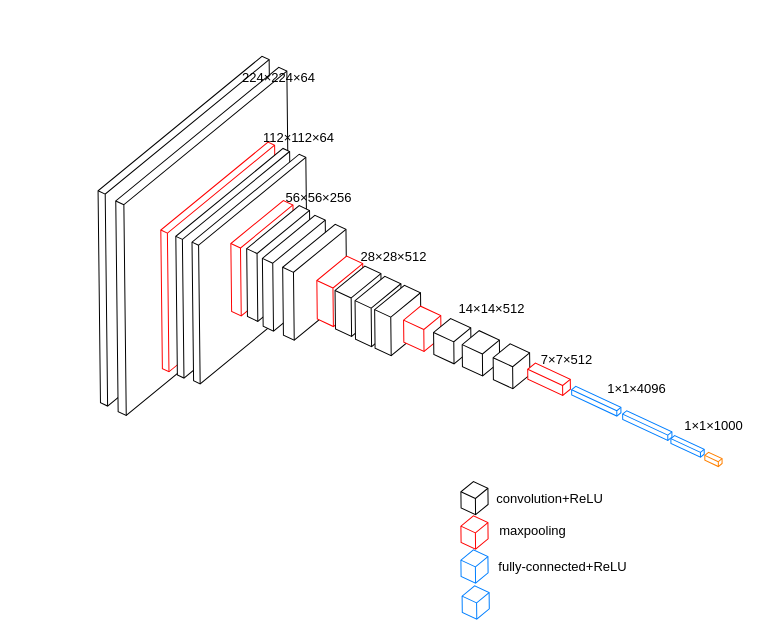
Earlier version of the draw.io diagram 未命名绘图.drawio (LYURCHEN/other). Source tidied: cells renumbered, new cells numbered last; positions are measured from the earlier drawing's top-left corner, leaving out a move shared by most shapes. Both pictures are drawn from the tidied source at 100%, with x=0, y=0 at pixel (-7, 67).
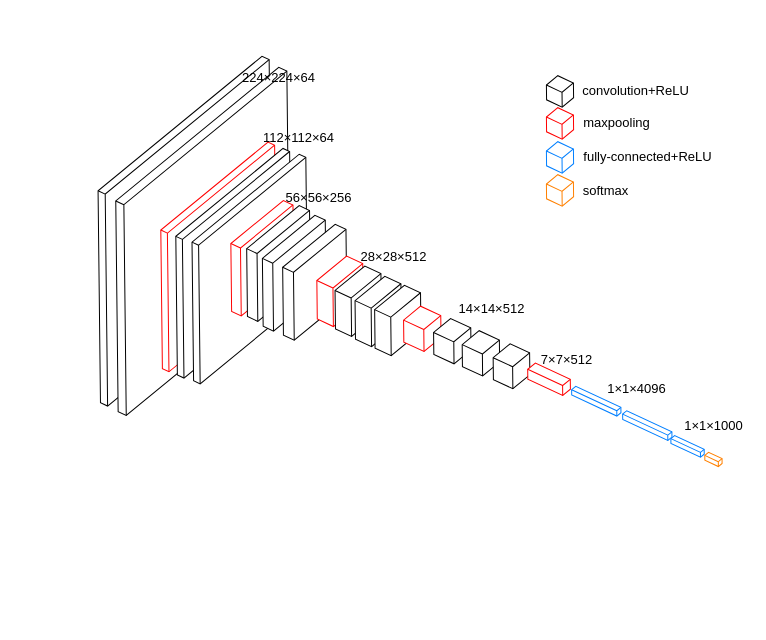
The same diagram, later.

Diff of the diagram source:
```diff
@@
     <mxCell id="32" style="whiteSpace=wrap;html=1;shape=mxgraph.basic.isocube;isoAngle=15;direction=west;flipV=1;flipH=0;rotation=115;" parent="1" vertex="1">
-      <mxGeometry x="466.4" y="415.6" width="29.2" height="30" as="geometry" />
+      <mxGeometry x="553.2" y="8.9" width="26.6" height="30" as="geometry" />
     </mxCell>
     <mxCell id="33" value="convolution+ReLU" style="text;html=1;align=center;verticalAlign=middle;fillColor=none;strokeColor=none;rounded=0;fontSize=13;" parent="1" vertex="1">
-      <mxGeometry x="495.6" y="420.6" width="120" height="20" as="geometry" />
+      <mxGeometry x="581.7" y="12.8" width="120" height="20" as="geometry" />
     </mxCell>
-    <mxCell id="34" style="whiteSpace=wrap;html=1;shape=mxgraph.basic.isocube;isoAngle=15;direction=west;flipV=1;flipH=0;rotation=115;strokeColor=#FF0000;" parent="1" vertex="1">
-      <mxGeometry x="466.4" y="450" width="29.2" height="30" as="geometry" />
-    </mxCell>
     <mxCell id="35" value="maxpooling" style="text;html=1;align=center;verticalAlign=middle;fillColor=none;strokeColor=none;rounded=0;fontSize=13;" parent="1" vertex="1">
-      <mxGeometry x="499" y="453" width="80" height="20" as="geometry" />
+      <mxGeometry x="583.1" y="45.1" width="80" height="20" as="geometry" />
     </mxCell>
-    <mxCell id="36" style="whiteSpace=wrap;html=1;shape=mxgraph.basic.isocube;isoAngle=15;direction=west;flipV=1;flipH=0;rotation=115;strokeColor=#007FFF;" parent="1" vertex="1">
-      <mxGeometry x="466.4" y="484" width="29.2" height="30" as="geometry" />
-    </mxCell>
     <mxCell id="37" value="fully-connected+ReLU" style="text;html=1;align=center;verticalAlign=middle;fillColor=none;strokeColor=none;rounded=0;fontSize=13;" parent="1" vertex="1">
-      <mxGeometry x="499" y="489" width="140" height="20" as="geometry" />
+      <mxGeometry x="584.3" y="78.9" width="140" height="20" as="geometry" />
     </mxCell>
-    <mxCell id="38" style="whiteSpace=wrap;html=1;shape=mxgraph.basic.isocube;isoAngle=15;direction=west;flipV=1;flipH=0;rotation=115;strokeColor=#007FFF;" parent="1" vertex="1">
-      <mxGeometry x="467.6" y="520" width="29.2" height="30" as="geometry" />
-    </mxCell>
+    <mxCell id="39" value="softmax" style="text;html=1;align=center;verticalAlign=middle;fillColor=none;strokeColor=none;rounded=0;fontSize=13;" parent="1" vertex="1">
+      <mxGeometry x="582.1" y="112.9" width="60" height="20" as="geometry" />
+    </mxCell>
+    <mxCell id="40" style="whiteSpace=wrap;html=1;shape=mxgraph.basic.isocube;isoAngle=15;direction=west;flipV=1;flipH=0;rotation=115;strokeColor=#FF0000;" parent="1" vertex="1">
+      <mxGeometry x="553.2" y="40.9" width="26.6" height="30" as="geometry" />
+    </mxCell>
+    <mxCell id="41" style="whiteSpace=wrap;html=1;shape=mxgraph.basic.isocube;isoAngle=15;direction=west;flipV=1;flipH=0;rotation=115;strokeColor=#007FFF;" parent="1" vertex="1">
+      <mxGeometry x="553.2" y="74.9" width="26.6" height="30" as="geometry" />
+    </mxCell>
+    <mxCell id="42" style="whiteSpace=wrap;html=1;shape=mxgraph.basic.isocube;isoAngle=15;direction=west;flipV=1;flipH=0;rotation=115;strokeColor=#FF8000;" parent="1" vertex="1">
+      <mxGeometry x="553.2" y="107.9" width="26.6" height="30" as="geometry" />
+    </mxCell>
```
